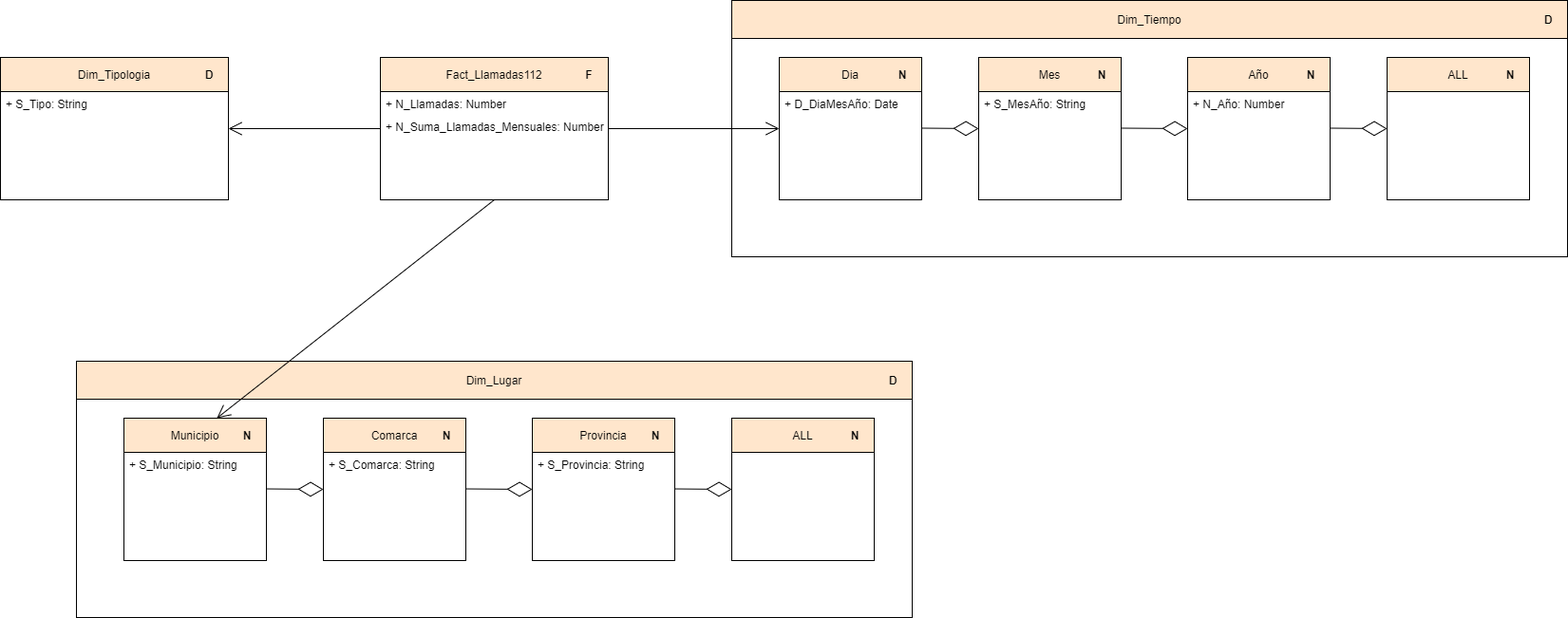
This is 2019-20/PrimerSemestre/BBDD/Practica_2/img/LogicDesign_Llamadas112.png from mariousm/Data-Science-Master, a draw.io export, as it was before one commit. Source tidied: cells renumbered, new cells last; positions are measured from the earlier drawing's top-left corner, leaving out a move shared by most shapes.
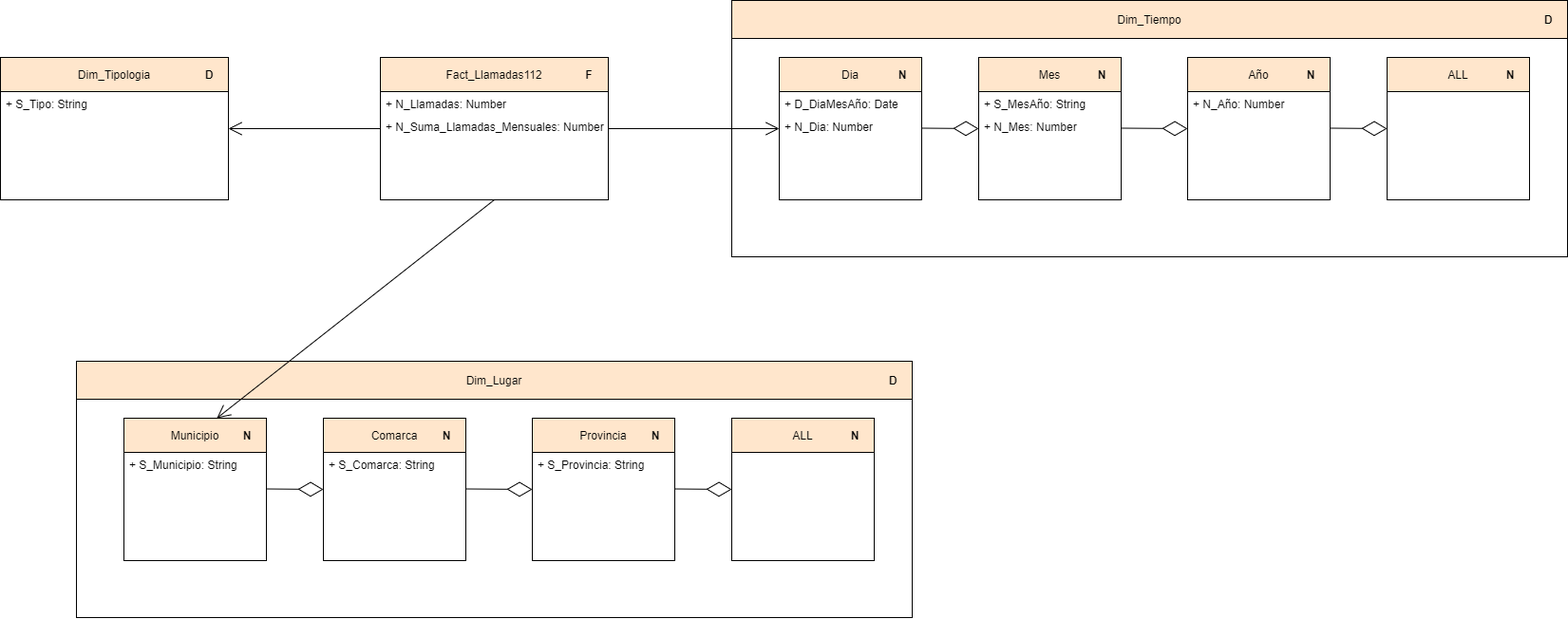
The same diagram one commit later.

The edit, as a diff of the source:
```diff
@@ -178,5 +178,11 @@
     <mxCell id="55" value="+ S_Provincia: String" style="text;strokeColor=none;fillColor=none;align=left;verticalAlign=top;spacingLeft=4;spacingRight=4;overflow=hidden;" parent="1" vertex="1">
       <mxGeometry x="560" y="476" width="150" height="26" as="geometry" />
     </mxCell>
+    <mxCell id="56" value="+ N_Dia: Number" style="text;strokeColor=none;fillColor=none;align=left;verticalAlign=top;spacingLeft=4;spacingRight=4;overflow=hidden;" parent="1" vertex="1">
+      <mxGeometry x="820" y="120" width="150" height="26" as="geometry" />
+    </mxCell>
+    <mxCell id="57" value="+ N_Mes: Number" style="text;strokeColor=none;fillColor=none;align=left;verticalAlign=top;spacingLeft=4;spacingRight=4;overflow=hidden;" parent="1" vertex="1">
+      <mxGeometry x="1030" y="120" width="150" height="26" as="geometry" />
+    </mxCell>
   </root>
 </mxGraphModel>
```
